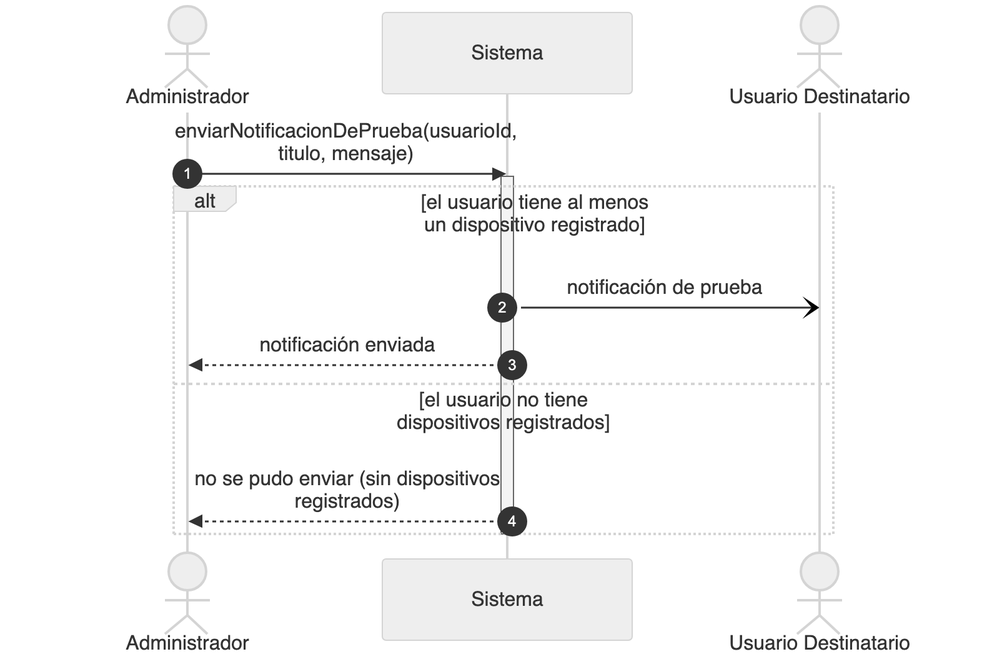
The Mermaid diagram diagramas/png/DSS_CU-100_Enviar-Notificacion-De-Prueba.png in Nahuelito-Dev/splg-docs, before a commit. Its source is kept beside it as diagramas/DSS_CU-100_Enviar-Notificacion-De-Prueba.mmd. The source it was exported from:
```mermaid
sequenceDiagram
    title DSS — CU-100 Enviar Notificacion De Prueba
    autonumber
    actor ADM as Administrador General
    participant SIS as Sistema
    actor CLI as Usuario Destinatario

    ADM->>SIS: enviarNotificacionDePrueba(usuarioId, titulo, mensaje)
    activate SIS
    alt el usuario tiene al menos un dispositivo registrado
        SIS-)CLI: notificación de prueba
        SIS-->>ADM: notificación enviada
    else el usuario no tiene dispositivos registrados
        SIS-->>ADM: no se pudo enviar (sin dispositivos registrados)
    else quien pide no es el Administrador General
        SIS-->>ADM: acceso denegado
    end
    deactivate SIS
```
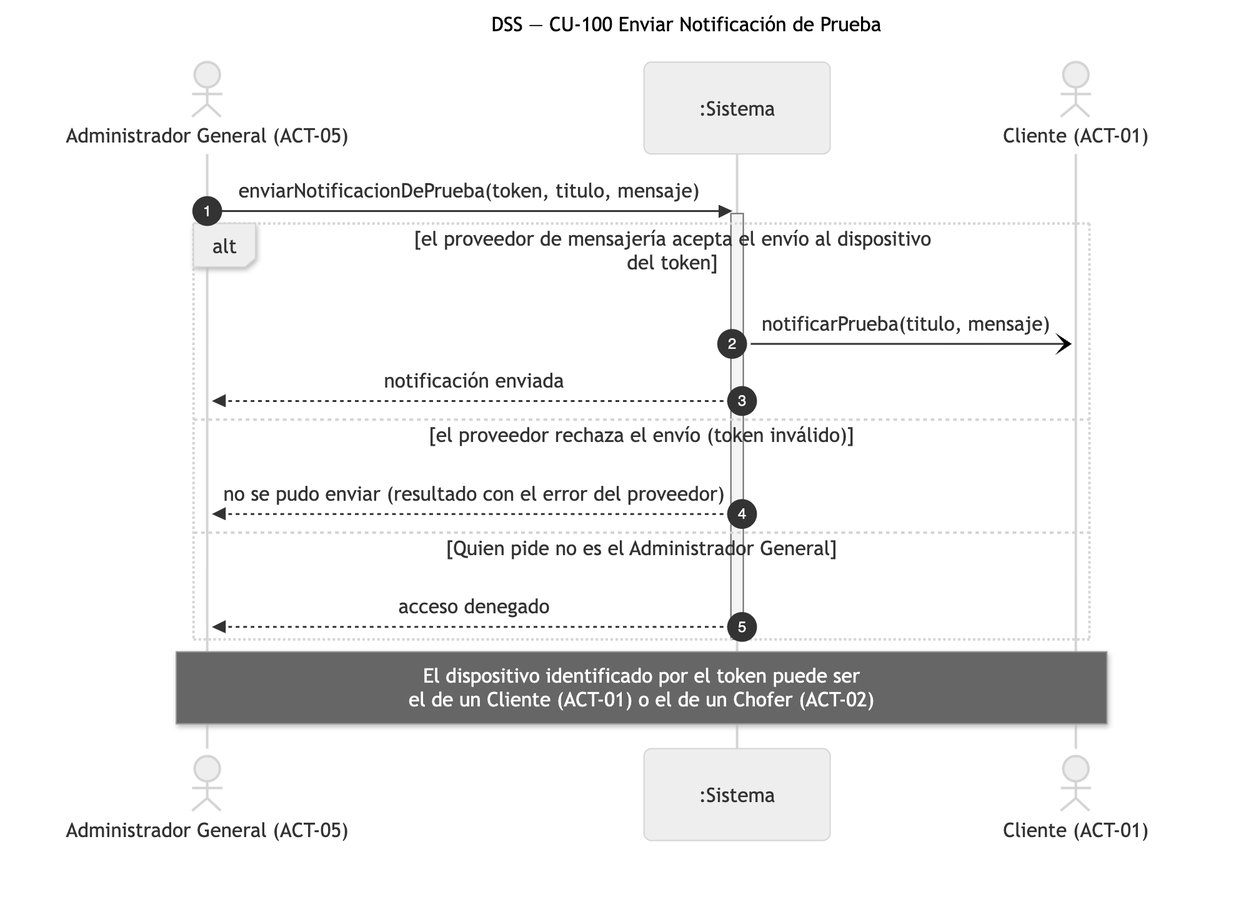
Above is the later version.

Diff of the diagram source:
```diff
@@ -1,18 +1,19 @@
 sequenceDiagram
-    title DSS — CU-100 Enviar Notificacion De Prueba
+    title DSS — CU-100 Enviar Notificación de Prueba
     autonumber
-    actor ADM as Administrador General
-    participant SIS as Sistema
-    actor CLI as Usuario Destinatario
+    actor ADM as Administrador General (ACT-05)
+    participant SIS as :Sistema
+    actor CLI as Cliente (ACT-01)
 
-    ADM->>SIS: enviarNotificacionDePrueba(usuarioId, titulo, mensaje)
+    ADM->>SIS: enviarNotificacionDePrueba(token, titulo, mensaje)
     activate SIS
-    alt el usuario tiene al menos un dispositivo registrado
-        SIS-)CLI: notificación de prueba
+    alt el proveedor de mensajería acepta el envío al dispositivo del token
+        SIS-)CLI: notificarPrueba(titulo, mensaje)
         SIS-->>ADM: notificación enviada
-    else el usuario no tiene dispositivos registrados
-        SIS-->>ADM: no se pudo enviar (sin dispositivos registrados)
-    else quien pide no es el Administrador General
+    else el proveedor rechaza el envío (token inválido)
+        SIS-->>ADM: no se pudo enviar (resultado con el error del proveedor)
+    else Quien pide no es el Administrador General
         SIS-->>ADM: acceso denegado
     end
     deactivate SIS
+    Note over ADM,CLI: El dispositivo identificado por el token puede ser<br/>el de un Cliente (ACT-01) o el de un Chofer (ACT-02)
```
